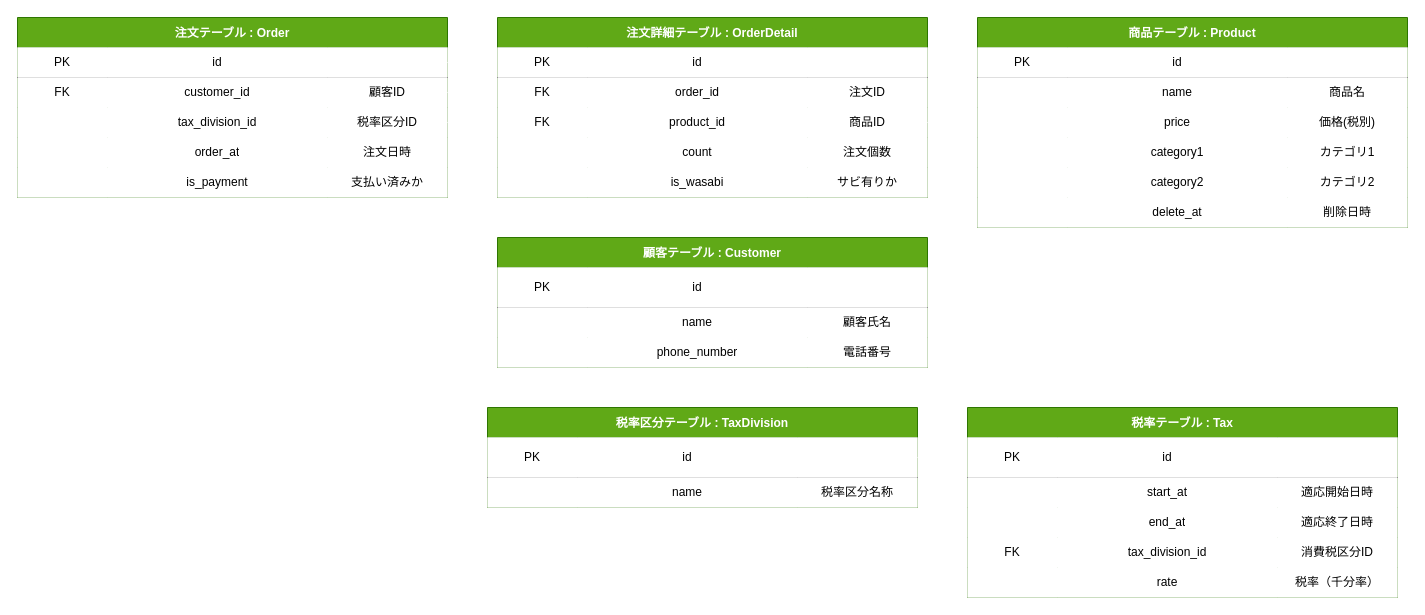
k-takeuchi220/praha-challenge keeps this draw.io diagram as DBモデリング1/assets/task1.drawio. Above is the earlier version. Source tidied: cells renumbered, new cells numbered last; positions are measured from the earlier drawing's top-left corner, leaving out a move shared by most shapes. Both pictures are drawn from the tidied source at 100%, with x=0, y=0 at pixel (17, 17).
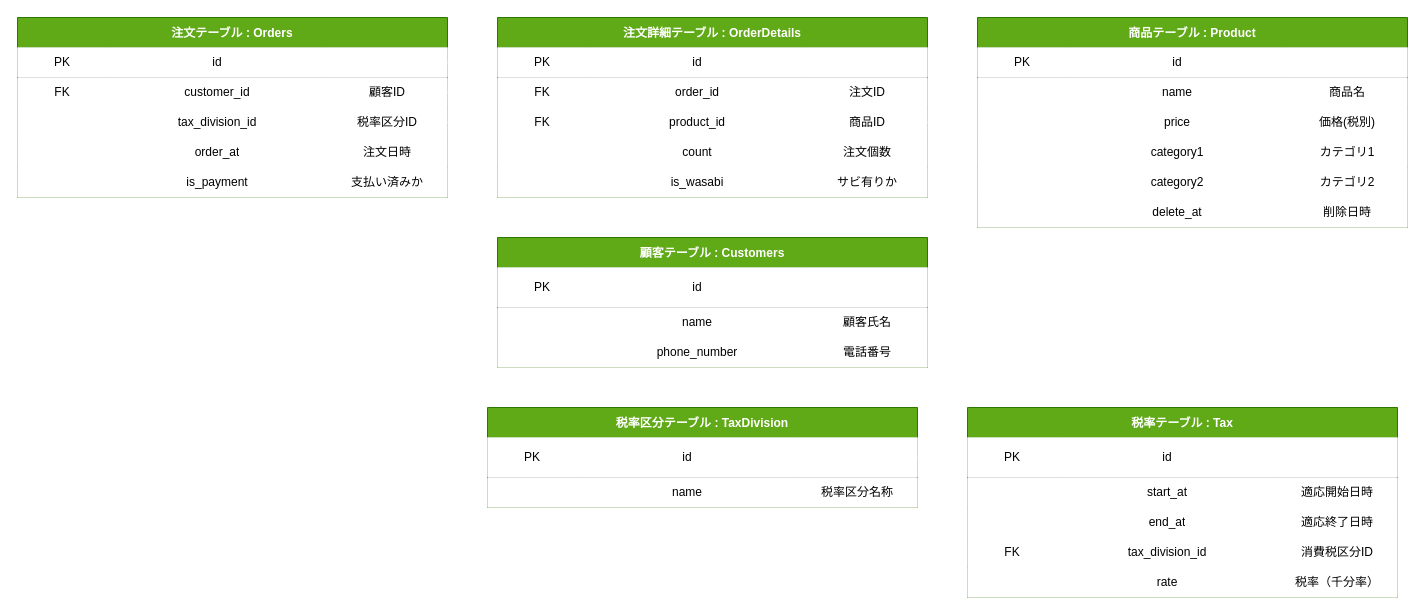
After the change.

Change to the diagram source:
```diff
@@
-    <mxCell id="27" value="注文詳細テーブル : OrderDetail" style="shape=table;startSize=30;childLayout=tableLayout;rowLines=0;fontStyle=1;align=center;fillColor=#60a917;fontColor=#ffffff;strokeColor=#2D7600;" parent="1" vertex="1">
+    <mxCell id="27" value="注文詳細テーブル : OrderDetails" style="shape=table;startSize=30;childLayout=tableLayout;rowLines=0;fontStyle=1;align=center;fillColor=#60a917;fontColor=#ffffff;strokeColor=#2D7600;" parent="1" vertex="1">
       <mxGeometry x="480" width="430" height="180" as="geometry" />
     </mxCell>
@@
-    <mxCell id="48" value="顧客テーブル : Customer" style="shape=table;startSize=30;childLayout=tableLayout;rowLines=0;fontStyle=1;align=center;fillColor=#60a917;fontColor=#ffffff;strokeColor=#2D7600;" parent="1" vertex="1">
+    <mxCell id="48" value="顧客テーブル : Customers" style="shape=table;startSize=30;childLayout=tableLayout;rowLines=0;fontStyle=1;align=center;fillColor=#60a917;fontColor=#ffffff;strokeColor=#2D7600;" parent="1" vertex="1">
       <mxGeometry x="480" y="220" width="430" height="130" as="geometry" />
     </mxCell>
@@
-    <mxCell id="61" value="注文テーブル : Order" style="shape=table;startSize=30;childLayout=tableLayout;rowLines=0;fontStyle=1;align=center;fillColor=#60a917;fontColor=#ffffff;strokeColor=#2D7600;" parent="1" vertex="1">
+    <mxCell id="61" value="注文テーブル : Orders" style="shape=table;startSize=30;childLayout=tableLayout;rowLines=0;fontStyle=1;align=center;fillColor=#60a917;fontColor=#ffffff;strokeColor=#2D7600;" parent="1" vertex="1">
       <mxGeometry width="430" height="180" as="geometry" />
     </mxCell>
```
